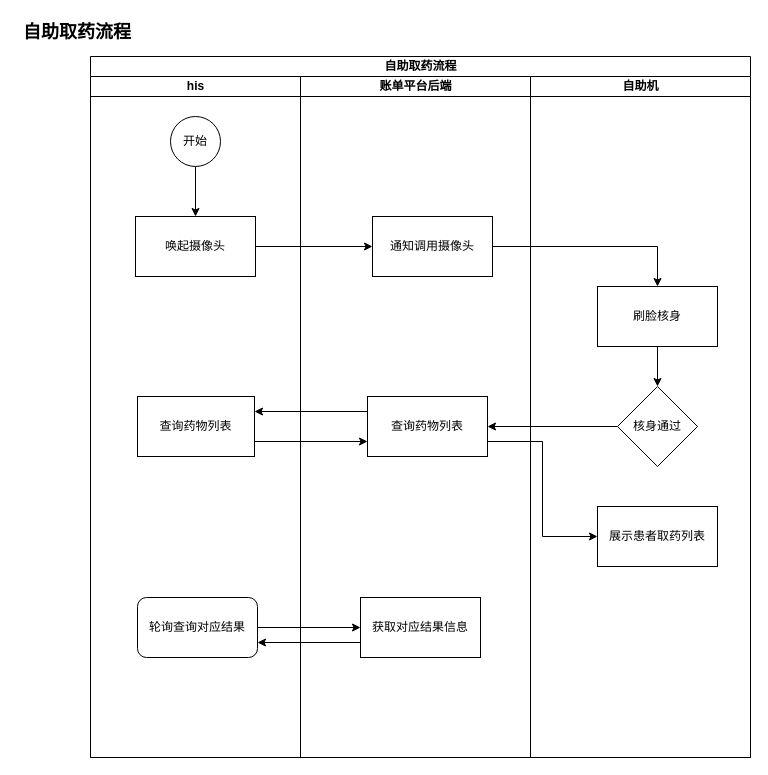
Above: zdpt/自助取药流程.drawio in zhangwenhuad/visio (draw.io), before the change. Source tidied: cells renumbered, new cells numbered last; positions are measured from the earlier drawing's top-left corner, leaving out a move shared by most shapes. Both pictures are drawn from the tidied source at 100%, with x=0, y=0 at pixel (17, 17).
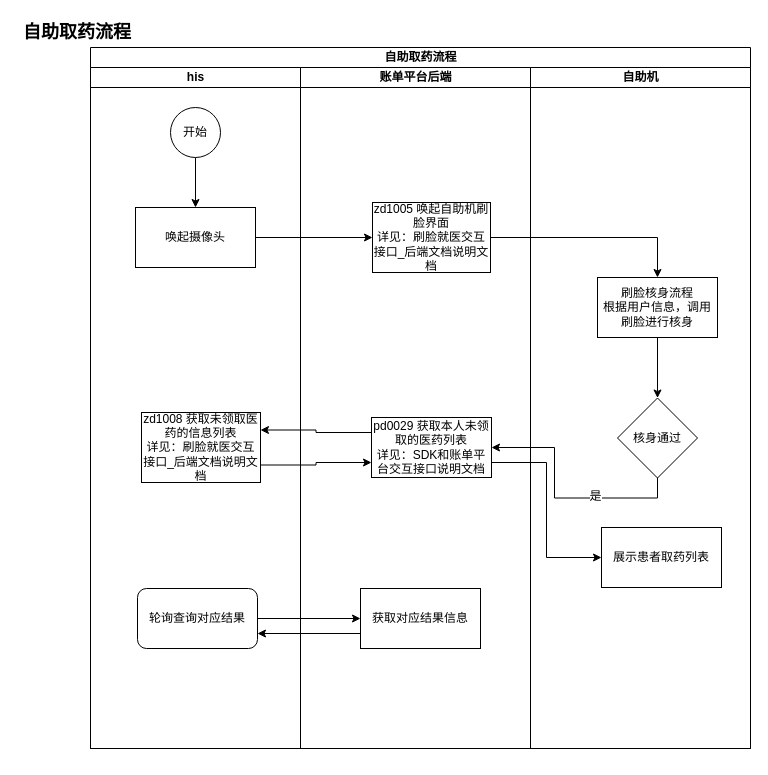
The same page after the edit.

Commit message:
更新自助取药流程.drawio

The change refers to these unchanged cells:
```xml
<mxCell id="3" value="his" style="swimlane;html=1;startSize=20;" parent="2" vertex="1">
  <mxGeometry y="20" width="210" height="681" as="geometry" />
</mxCell>
<mxCell id="8" value="轮询查询对应结果" style="rounded=1;whiteSpace=wrap;html=1;" parent="3" vertex="1">
  <mxGeometry x="47" y="521" width="120" height="60" as="geometry" />
</mxCell>
<mxCell id="9" value="账单平台后端" style="swimlane;html=1;startSize=20;" parent="2" vertex="1">
  <mxGeometry x="210" y="20" width="230" height="681" as="geometry" />
</mxCell>
<mxCell id="12" value="获取对应结果信息" style="rounded=0;whiteSpace=wrap;html=1;" parent="9" vertex="1">
  <mxGeometry x="60" y="521" width="120" height="60" as="geometry" />
</mxCell>
<mxCell id="13" value="自助机" style="swimlane;html=1;startSize=20;" parent="2" vertex="1">
  <mxGeometry x="440" y="20" width="220" height="681" as="geometry" />
</mxCell>
```

Change to the diagram source:
```diff
@@
     <mxCell id="2" value="&lt;b&gt;&lt;font&gt;自助取药流程&lt;/font&gt;&lt;/b&gt;" style="swimlane;html=1;startSize=20;" parent="1" vertex="1">
-      <mxGeometry x="73" y="39" width="660" height="701" as="geometry" />
+      <mxGeometry x="73" y="30" width="660" height="701" as="geometry" />
     </mxCell>
@@
-    <mxCell id="7" value="查询药物列表" style="rounded=0;whiteSpace=wrap;html=1;" parent="3" vertex="1">
-      <mxGeometry x="47" y="320" width="117" height="60" as="geometry" />
+    <mxCell id="7" value="zd1008 获取未领取医药的信息列表&lt;br&gt;详见：刷脸就医交互接口_后端文档说明文档" style="rounded=0;whiteSpace=wrap;html=1;" parent="3" vertex="1">
+      <mxGeometry x="51" y="345" width="119" height="70" as="geometry" />
     </mxCell>
@@
-    <mxCell id="10" value="通知调用摄像头" style="rounded=0;whiteSpace=wrap;html=1;" parent="9" vertex="1">
-      <mxGeometry x="72" y="140" width="120" height="60" as="geometry" />
+    <mxCell id="10" value="zd1005&amp;nbsp;唤起自助机刷脸界面&lt;br&gt;详见：刷脸就医交互接口_后端文档说明文档" style="rounded=0;whiteSpace=wrap;html=1;" parent="9" vertex="1">
+      <mxGeometry x="72" y="135" width="118" height="70" as="geometry" />
     </mxCell>
-    <mxCell id="11" value="查询药物列表" style="rounded=0;whiteSpace=wrap;html=1;" parent="9" vertex="1">
-      <mxGeometry x="67" y="320" width="120" height="60" as="geometry" />
+    <mxCell id="11" value="pd0029&amp;nbsp;获取本人未领取的医药列表&lt;br&gt;详见：SDK和账单平台交互接口说明文档" style="rounded=0;whiteSpace=wrap;html=1;" parent="9" vertex="1">
+      <mxGeometry x="71" y="350" width="120" height="60" as="geometry" />
     </mxCell>
@@
-    <mxCell id="15" value="刷脸核身" style="rounded=0;whiteSpace=wrap;html=1;" parent="13" vertex="1">
+    <mxCell id="15" value="刷脸核身流程&lt;br&gt;根据用户信息，调用刷脸进行核身" style="rounded=0;whiteSpace=wrap;html=1;" parent="13" vertex="1">
       <mxGeometry x="67" y="210" width="120" height="60" as="geometry" />
     </mxCell>
     <mxCell id="16" value="核身通过" style="rhombus;whiteSpace=wrap;html=1;" parent="13" vertex="1">
-      <mxGeometry x="87" y="310" width="80" height="80" as="geometry" />
+      <mxGeometry x="87" y="330.5" width="80" height="80" as="geometry" />
     </mxCell>
     <mxCell id="17" value="展示患者取药列表" style="rounded=0;whiteSpace=wrap;html=1;" parent="13" vertex="1">
-      <mxGeometry x="67" y="430" width="120" height="60" as="geometry" />
+      <mxGeometry x="71" y="460" width="120" height="60" as="geometry" />
     </mxCell>
@@
+    <mxCell id="24" style="edgeStyle=orthogonalEdgeStyle;rounded=0;jettySize=auto;html=1;exitX=1;exitY=0.5;exitDx=0;exitDy=0;" parent="2" edge="1" source="8" target="12">
+      <mxGeometry relative="1" as="geometry" />
+    </mxCell>
+    <mxCell id="25" style="edgeStyle=orthogonalEdgeStyle;rounded=0;jettySize=auto;html=1;exitX=0;exitY=0.75;exitDx=0;exitDy=0;entryX=1;entryY=0.75;entryDx=0;entryDy=0;" parent="2" edge="1" source="12" target="8">
+      <mxGeometry relative="1" as="geometry" />
+    </mxCell>
-    <mxCell id="20" style="edgeStyle=orthogonalEdgeStyle;rounded=0;jettySize=auto;html=1;exitX=0;exitY=0.5;exitDx=0;exitDy=0;entryX=1;entryY=0.5;entryDx=0;entryDy=0;" parent="2" edge="1" source="16" target="11">
+    <mxCell id="20" style="edgeStyle=orthogonalEdgeStyle;rounded=0;jettySize=auto;html=1;exitX=0.5;exitY=1;exitDx=0;exitDy=0;entryX=1;entryY=0.5;entryDx=0;entryDy=0;" parent="2" edge="1" source="16" target="11">
       <mxGeometry relative="1" as="geometry" />
     </mxCell>
+    <mxCell id="27" value="是" style="text;html=1;align=center;verticalAlign=middle;labelBackgroundColor=#ffffff;" parent="20" vertex="1">
+      <mxGeometry x="-0.3" y="-2" relative="1" as="geometry" />
+    </mxCell>
@@
-    <mxCell id="24" style="edgeStyle=orthogonalEdgeStyle;rounded=0;jettySize=auto;html=1;exitX=1;exitY=0.5;exitDx=0;exitDy=0;" parent="2" edge="1" source="8" target="12">
-      <mxGeometry relative="1" as="geometry" />
-    </mxCell>
-    <mxCell id="25" style="edgeStyle=orthogonalEdgeStyle;rounded=0;jettySize=auto;html=1;exitX=0;exitY=0.75;exitDx=0;exitDy=0;entryX=1;entryY=0.75;entryDx=0;entryDy=0;" parent="2" edge="1" source="12" target="8">
-      <mxGeometry relative="1" as="geometry" />
-    </mxCell>
```
